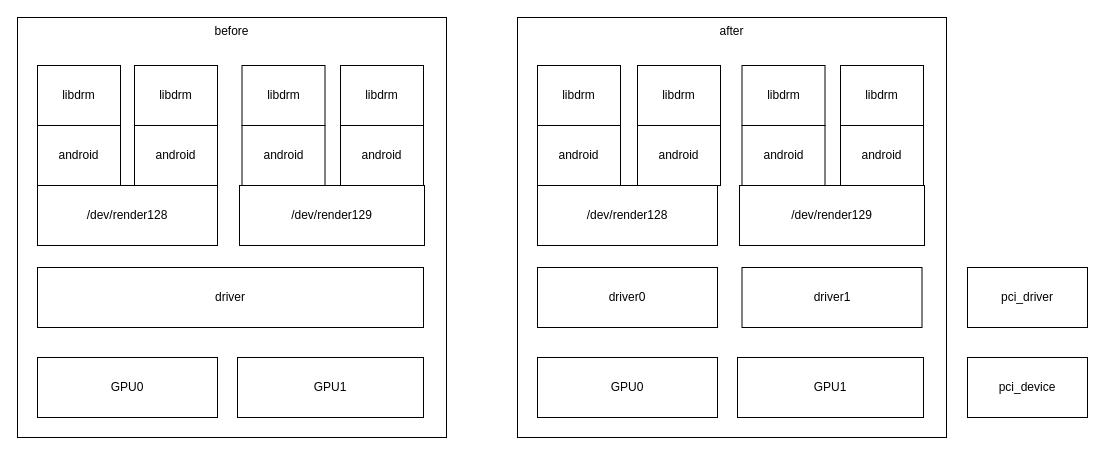
The draw.io diagram 多驱动架构设计.drawio in enzoyes/desginsindraw, before the edit. Source tidied: cells renumbered, new cells numbered last; positions are measured from the earlier drawing's top-left corner, leaving out a move shared by most shapes. Both pictures are drawn from the tidied source at 100%, with x=0, y=0 at pixel (17, 17).
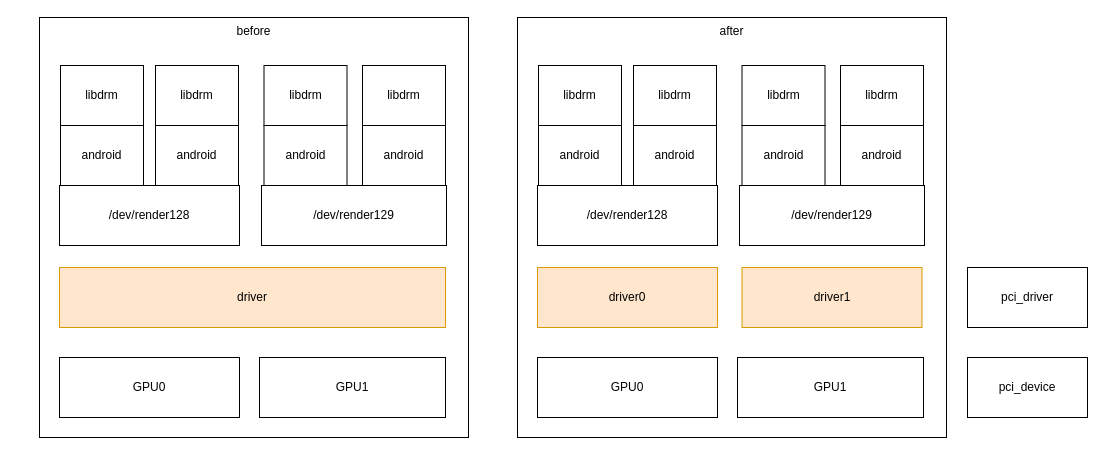
Above is the later version.

Commit message (it also covers changes not shown here):
更新多驱动架构设计.drawio

Diff of the diagram source:
```diff
@@
     <mxCell id="2" value="before" style="rounded=0;whiteSpace=wrap;html=1;verticalAlign=top;" parent="1" vertex="1">
-      <mxGeometry width="429" height="420" as="geometry" />
+      <mxGeometry x="22" width="429" height="420" as="geometry" />
     </mxCell>
     <mxCell id="3" value="GPU0" style="rounded=0;whiteSpace=wrap;html=1;" parent="1" vertex="1">
-      <mxGeometry x="20" y="340" width="180" height="60" as="geometry" />
+      <mxGeometry x="42" y="340" width="180" height="60" as="geometry" />
     </mxCell>
     <mxCell id="4" value="GPU1" style="rounded=0;whiteSpace=wrap;html=1;" parent="1" vertex="1">
-      <mxGeometry x="220" y="340" width="186" height="60" as="geometry" />
+      <mxGeometry x="242" y="340" width="186" height="60" as="geometry" />
     </mxCell>
-    <mxCell id="5" value="driver" style="rounded=0;whiteSpace=wrap;html=1;" parent="1" vertex="1">
-      <mxGeometry x="20" y="250" width="386" height="60" as="geometry" />
+    <mxCell id="5" value="driver" style="rounded=0;whiteSpace=wrap;html=1;fillColor=#ffe6cc;strokeColor=#d79b00;" parent="1" vertex="1">
+      <mxGeometry x="42" y="250" width="386" height="60" as="geometry" />
     </mxCell>
     <mxCell id="6" value="/dev/render128" style="rounded=0;whiteSpace=wrap;html=1;" parent="1" vertex="1">
-      <mxGeometry x="20" y="168" width="180" height="60" as="geometry" />
+      <mxGeometry x="42" y="168" width="180" height="60" as="geometry" />
     </mxCell>
     <mxCell id="7" value="/dev/render129" style="rounded=0;whiteSpace=wrap;html=1;" parent="1" vertex="1">
-      <mxGeometry x="222" y="168" width="185" height="60" as="geometry" />
+      <mxGeometry x="244" y="168" width="185" height="60" as="geometry" />
     </mxCell>
     <mxCell id="8" value="android" style="rounded=0;whiteSpace=wrap;html=1;" parent="1" vertex="1">
-      <mxGeometry x="117" y="108" width="83" height="60" as="geometry" />
+      <mxGeometry x="138" y="108" width="83" height="60" as="geometry" />
     </mxCell>
     <mxCell id="9" value="android" style="rounded=0;whiteSpace=wrap;html=1;" parent="1" vertex="1">
-      <mxGeometry x="224.5" y="108" width="83" height="60" as="geometry" />
+      <mxGeometry x="246.5" y="108" width="83" height="60" as="geometry" />
     </mxCell>
     <mxCell id="10" value="android" style="rounded=0;whiteSpace=wrap;html=1;" parent="1" vertex="1">
-      <mxGeometry x="323" y="108" width="83" height="60" as="geometry" />
+      <mxGeometry x="345" y="108" width="83" height="60" as="geometry" />
     </mxCell>
     <mxCell id="11" value="libdrm" style="rounded=0;whiteSpace=wrap;html=1;" parent="1" vertex="1">
-      <mxGeometry x="323" y="48" width="83" height="60" as="geometry" />
+      <mxGeometry x="345" y="48" width="83" height="60" as="geometry" />
     </mxCell>
     <mxCell id="12" value="libdrm" style="rounded=0;whiteSpace=wrap;html=1;" parent="1" vertex="1">
-      <mxGeometry x="224.5" y="48" width="83" height="60" as="geometry" />
+      <mxGeometry x="246.5" y="48" width="83" height="60" as="geometry" />
     </mxCell>
     <mxCell id="13" value="libdrm" style="rounded=0;whiteSpace=wrap;html=1;" parent="1" vertex="1">
-      <mxGeometry x="117" y="48" width="83" height="60" as="geometry" />
+      <mxGeometry x="138" y="48" width="83" height="60" as="geometry" />
     </mxCell>
     <mxCell id="14" value="android" style="rounded=0;whiteSpace=wrap;html=1;" parent="1" vertex="1">
-      <mxGeometry x="20" y="108" width="83" height="60" as="geometry" />
+      <mxGeometry x="43" y="108" width="83" height="60" as="geometry" />
     </mxCell>
     <mxCell id="15" value="libdrm" style="rounded=0;whiteSpace=wrap;html=1;" parent="1" vertex="1">
-      <mxGeometry x="20" y="48" width="83" height="60" as="geometry" />
+      <mxGeometry x="43" y="48" width="83" height="60" as="geometry" />
     </mxCell>
@@
-    <mxCell id="19" value="driver0" style="rounded=0;whiteSpace=wrap;html=1;" parent="1" vertex="1">
+    <mxCell id="19" value="driver0" style="rounded=0;whiteSpace=wrap;html=1;fillColor=#ffe6cc;strokeColor=#d79b00;" parent="1" vertex="1">
       <mxGeometry x="520" y="250" width="180" height="60" as="geometry" />
     </mxCell>
@@
     <mxCell id="22" value="android" style="rounded=0;whiteSpace=wrap;html=1;" parent="1" vertex="1">
-      <mxGeometry x="620" y="108" width="83" height="60" as="geometry" />
+      <mxGeometry x="616" y="108" width="83" height="60" as="geometry" />
     </mxCell>
@@
     <mxCell id="27" value="libdrm" style="rounded=0;whiteSpace=wrap;html=1;" parent="1" vertex="1">
-      <mxGeometry x="620" y="48" width="83" height="60" as="geometry" />
+      <mxGeometry x="616" y="48" width="83" height="60" as="geometry" />
     </mxCell>
     <mxCell id="28" value="android" style="rounded=0;whiteSpace=wrap;html=1;" parent="1" vertex="1">
-      <mxGeometry x="520" y="108" width="83" height="60" as="geometry" />
+      <mxGeometry x="521" y="108" width="83" height="60" as="geometry" />
     </mxCell>
     <mxCell id="29" value="libdrm" style="rounded=0;whiteSpace=wrap;html=1;" parent="1" vertex="1">
-      <mxGeometry x="520" y="48" width="83" height="60" as="geometry" />
+      <mxGeometry x="521" y="48" width="83" height="60" as="geometry" />
     </mxCell>
-    <mxCell id="30" value="driver1" style="rounded=0;whiteSpace=wrap;html=1;" parent="1" vertex="1">
+    <mxCell id="30" value="driver1" style="rounded=0;whiteSpace=wrap;html=1;fillColor=#ffe6cc;strokeColor=#d79b00;" parent="1" vertex="1">
       <mxGeometry x="724.5" y="250" width="180" height="60" as="geometry" />
     </mxCell>
```
